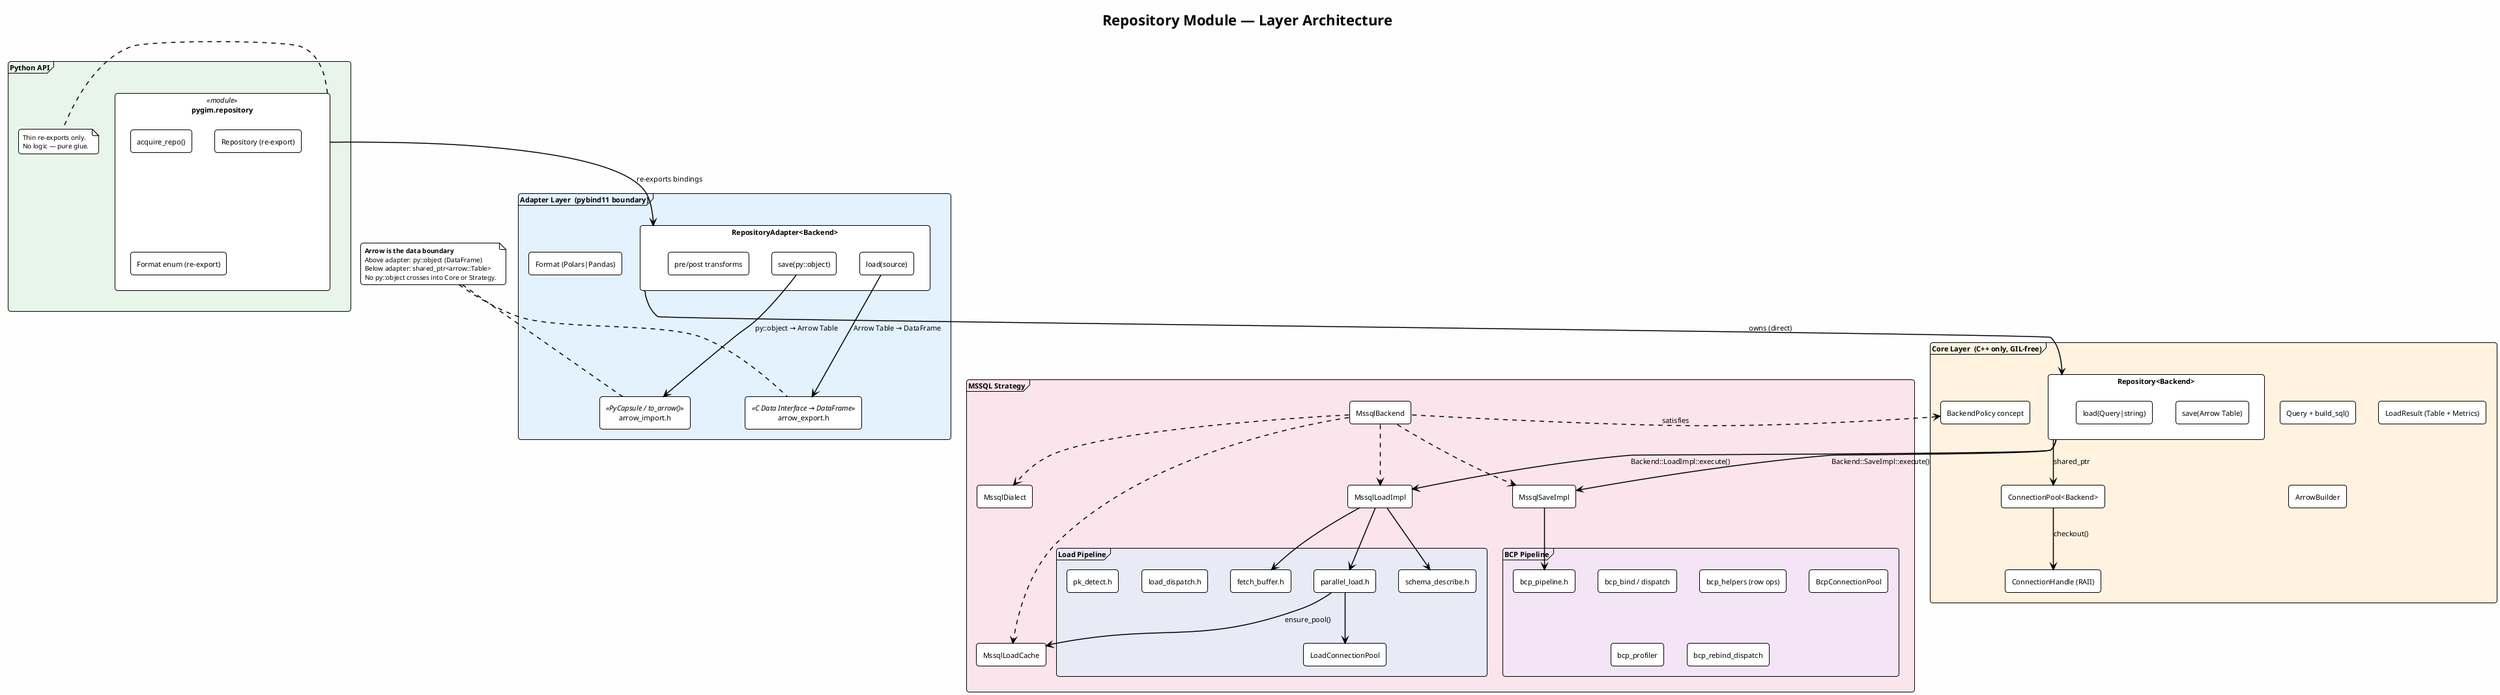
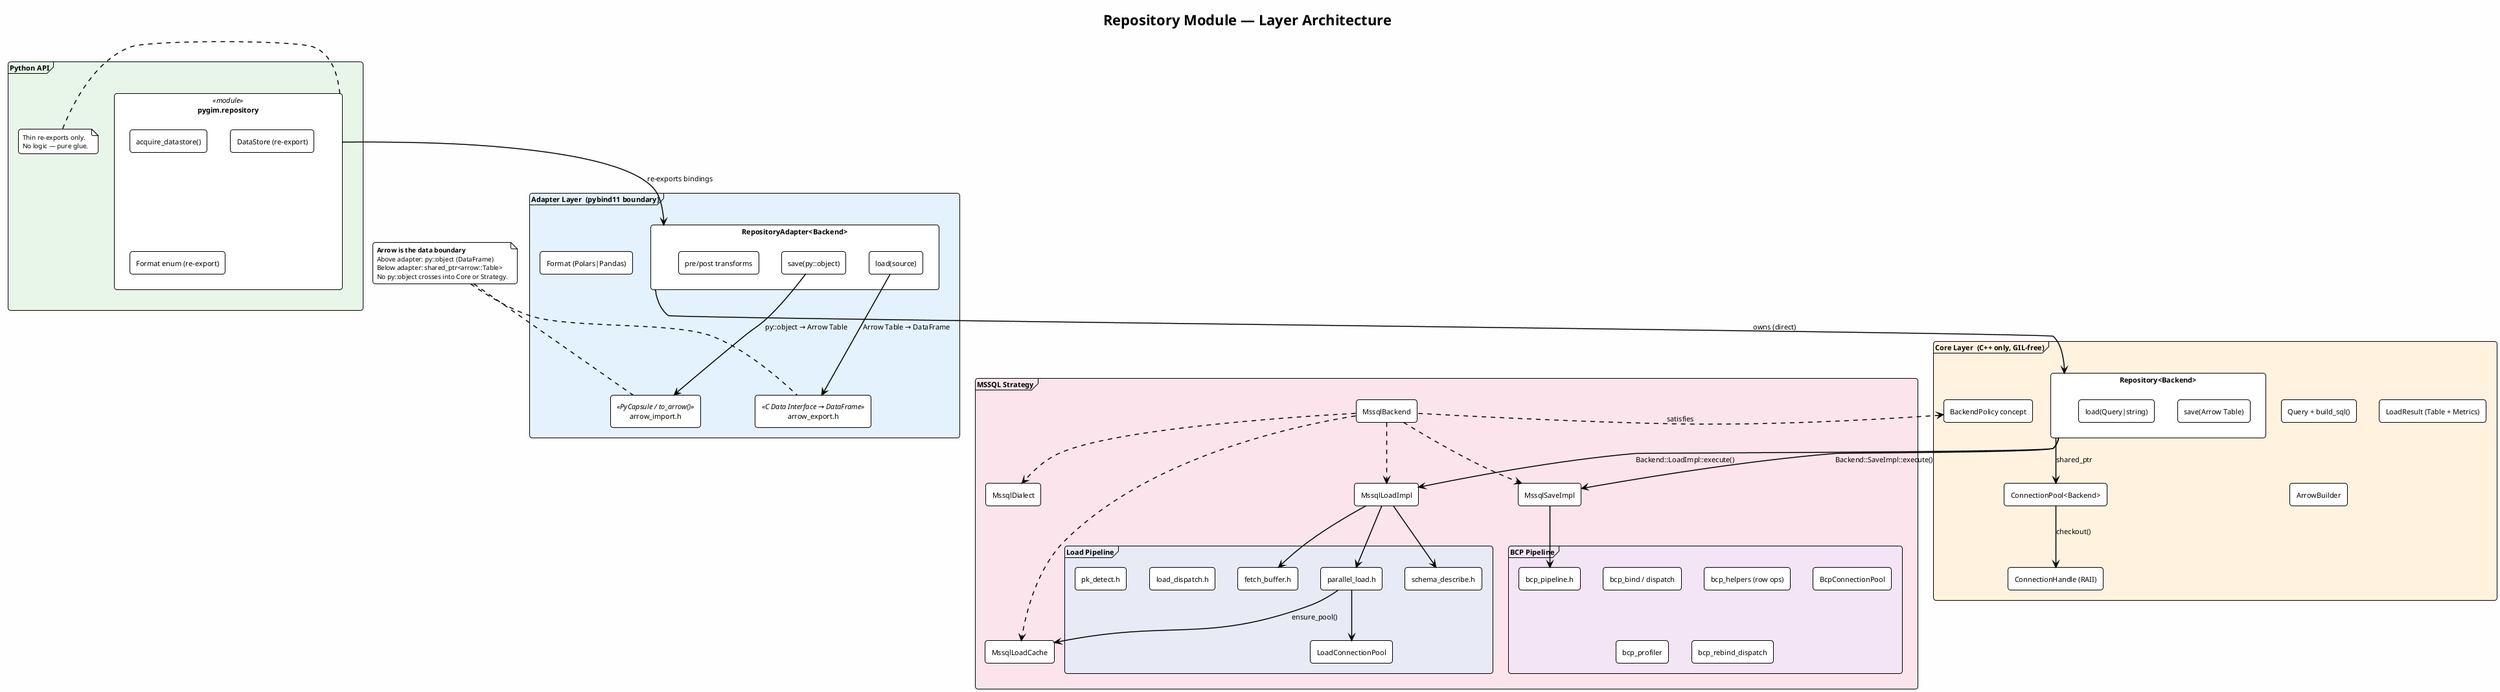
@startuml repository_abstract_architecture
!theme plain
skinparam backgroundColor #FEFEFE
skinparam componentStyle rectangle
skinparam defaultFontName Consolas
skinparam defaultFontSize 11
skinparam shadowing false
skinparam roundCorner 8
skinparam packageStyle frame
skinparam noteFontSize 10
skinparam arrowThickness 1.5

title Repository Module — Layer Architecture

' ────────────────────────── Python Layer ──────────────────────────
package "Python API" as PY #E8F5E9 {
    component "pygim.repository" as py_repo <<module>> {
-         component "acquire_repo()" as acquire
-         component "Repository (re-export)" as py_cls
+         component "acquire_datastore()" as acquire
+         component "DataStore (re-export)" as py_cls
        component "Format enum (re-export)" as py_fmt
    }
    note right of py_repo
      Thin re-exports only.
      No logic — pure glue.
    end note
}

' ────────────────────────── Adapter Layer ──────────────────────────
package "Adapter Layer  (pybind11 boundary)" as AD #E3F2FD {
    component "RepositoryAdapter<Backend>" as adapter {
        component "save(py::object)" as ad_save
        component "load(source)" as ad_load
        component "pre/post transforms" as hooks
    }
    component "arrow_import.h" as imp <<PyCapsule / to_arrow()>>
    component "arrow_export.h" as exp <<C Data Interface → DataFrame>>
    component "Format (Polars|Pandas)" as fmt

    adapter -[hidden]down- imp
}

' ────────────────────────── Core Layer ──────────────────────────
package "Core Layer  (C++ only, GIL-free)" as CORE #FFF3E0 {
    component "Repository<Backend>" as repo {
        component "save(Arrow Table)" as c_save
        component "load(Query|string)" as c_load
    }
    component "ConnectionPool<Backend>" as pool
    component "ConnectionHandle (RAII)" as handle
    component "Query + build_sql()" as query
    component "BackendPolicy concept" as concept
    component "LoadResult (Table + Metrics)" as lr
    component "ArrowBuilder" as builder

    pool --> handle : checkout()
    repo --> pool : shared_ptr
}

' ────────────────────────── MSSQL Strategy ──────────────────────────
package "MSSQL Strategy" as MSSQL #FCE4EC {
    component "MssqlBackend" as backend
    component "MssqlSaveImpl" as save_impl
    component "MssqlLoadImpl" as load_impl
    component "MssqlDialect" as dialect
    component "MssqlLoadCache" as cache

    package "BCP Pipeline" as BCP #F3E5F5 {
        component "bcp_pipeline.h" as pipeline
        component "bcp_bind / dispatch" as bind
        component "bcp_helpers (row ops)" as helpers
        component "BcpConnectionPool" as bcp_pool
        component "bcp_profiler" as profiler
        component "bcp_rebind_dispatch" as rebind
    }

    package "Load Pipeline" as LOAD #E8EAF6 {
        component "parallel_load.h" as pload
        component "schema_describe.h" as schema
        component "fetch_buffer.h" as fbuf
        component "load_dispatch.h" as ldispatch
        component "pk_detect.h" as pk
        component "LoadConnectionPool" as lpool
    }

    backend ..> save_impl
    backend ..> load_impl
    backend ..> dialect
    backend ..> cache
    save_impl --> pipeline
    load_impl --> pload
    load_impl --> schema
    load_impl --> fbuf
    pload --> lpool
    pload --> cache : ensure_pool()
}

' ────────────────────────── Relationships ──────────────────────────
py_repo -down-> adapter : re-exports bindings
ad_save -down-> imp : py::object → Arrow Table
ad_load -down-> exp : Arrow Table → DataFrame
adapter -down-> repo : owns (direct)
repo -down-> save_impl : Backend::SaveImpl::execute()
repo -down-> load_impl : Backend::LoadImpl::execute()
backend .left.> concept : satisfies

' ────────────────────────── Data Boundary ──────────────────────────
note as N1
  **Arrow is the data boundary**
  Above adapter: py::object (DataFrame)
  Below adapter: shared_ptr<arrow::Table>
  No py::object crosses into Core or Strategy.
end note
N1 .. imp
N1 .. exp

@enduml
